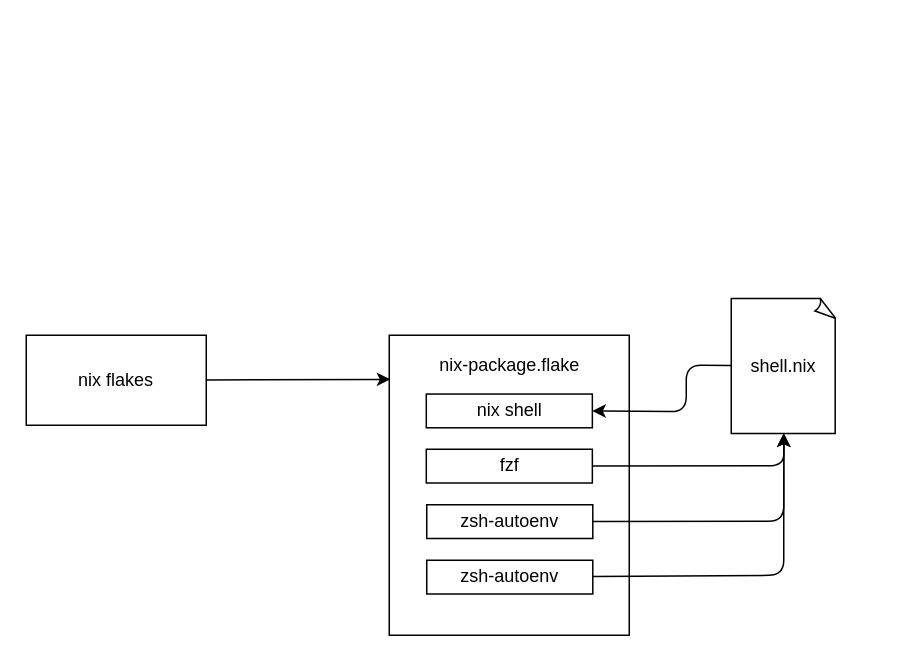
coder/blogs keeps this draw.io diagram as posts/coder-and-nix/static/nix_tooling.drawio. Above is the earlier version. Source tidied: cells renumbered, new cells numbered last; positions are measured from the earlier drawing's top-left corner, leaving out a move shared by most shapes. Both pictures are drawn from the tidied source at 150%, with x=0, y=0 at pixel (26, 298).
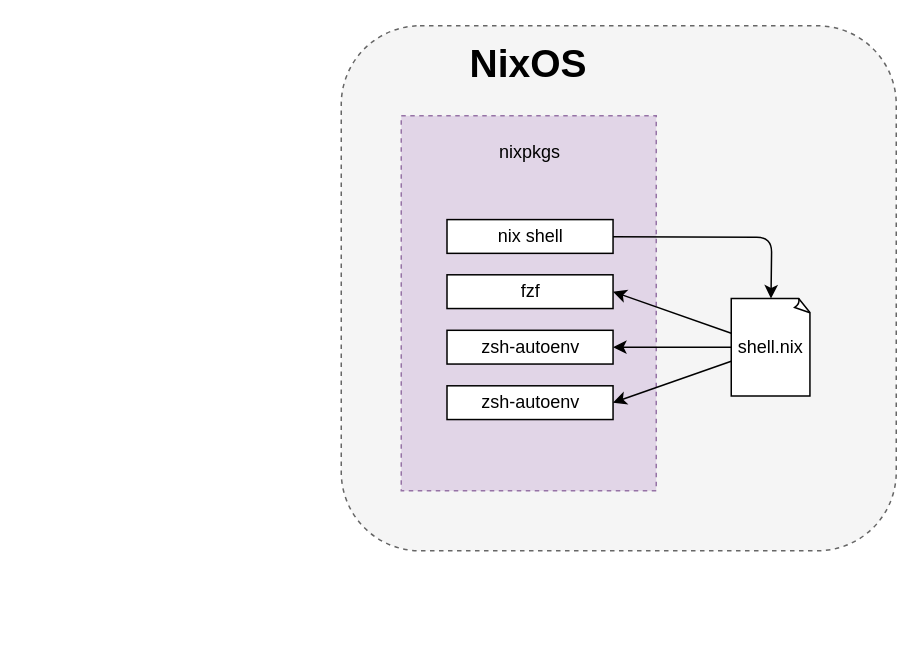
Above is the later version.

The edit, as a diff of the source:
```diff
@@
+    <mxCell id="15" style="rounded=1;whiteSpace=wrap;html=1;dashed=1;fillColor=#f5f5f5;fontColor=#333333;strokeColor=#666666;" parent="1" vertex="1">
+      <mxGeometry x="210" y="-182.3" width="370" height="350" as="geometry" />
+    </mxCell>
+    <mxCell id="16" style="group;rounded=1;" parent="1" vertex="1">
+      <mxGeometry x="250" y="-122.3" width="170" height="250" as="geometry" />
+    </mxCell>
-    <mxCell id="2" style="rounded=0;whiteSpace=wrap;html=1;" parent="1" vertex="1">
-      <mxGeometry x="242" y="24" width="160" height="200" as="geometry" />
+    <mxCell id="2" style="rounded=0;whiteSpace=wrap;html=1;fillColor=#e1d5e7;strokeColor=#9673a6;dashed=1;" parent="16" vertex="1">
+      <mxGeometry width="170" height="250" as="geometry" />
     </mxCell>
-    <mxCell id="3" style="edgeStyle=none;html=1;entryX=0;entryY=0.75;entryDx=0;entryDy=0;" parent="1" edge="1" source="4" target="8">
-      <mxGeometry relative="1" as="geometry" />
-    </mxCell>
-    <mxCell id="4" value="nix flakes" style="rounded=0;whiteSpace=wrap;html=1;" parent="1" vertex="1">
-      <mxGeometry y="24" width="120" height="60" as="geometry" />
-    </mxCell>
-    <mxCell id="5" style="edgeStyle=none;html=1;entryX=1;entryY=0.5;entryDx=0;entryDy=0;" parent="1" edge="1" source="6" target="7">
-      <mxGeometry relative="1" as="geometry">
-        <Array as="points">
-          <mxPoint x="440" y="44" />
-          <mxPoint x="440" y="75" />
-        </Array>
-      </mxGeometry>
-    </mxCell>
+    <mxCell id="8" value="nixpkgs" style="text;html=1;strokeColor=none;fillColor=none;align=center;verticalAlign=middle;whiteSpace=wrap;rounded=0;" parent="16" vertex="1">
+      <mxGeometry x="1.6" width="168.4" height="49" as="geometry" />
+    </mxCell>
+    <mxCell id="7" value="nix shell" style="rounded=0;whiteSpace=wrap;html=1;" parent="16" vertex="1">
+      <mxGeometry x="30.5" y="69.2" width="110.7" height="22.5" as="geometry" />
+    </mxCell>
+    <mxCell id="10" value="fzf" style="rounded=0;whiteSpace=wrap;html=1;" parent="16" vertex="1">
+      <mxGeometry x="30.5" y="106" width="110.7" height="22.5" as="geometry" />
+    </mxCell>
+    <mxCell id="12" value="zsh-autoenv" style="rounded=0;whiteSpace=wrap;html=1;" parent="16" vertex="1">
+      <mxGeometry x="30.5" y="143" width="110.7" height="22.5" as="geometry" />
+    </mxCell>
+    <mxCell id="14" value="zsh-autoenv" style="rounded=0;whiteSpace=wrap;html=1;" parent="16" vertex="1">
+      <mxGeometry x="30.5" y="180" width="110.7" height="22.5" as="geometry" />
+    </mxCell>
+    <mxCell id="17" style="edgeStyle=none;html=1;entryX=1;entryY=0.5;entryDx=0;entryDy=0;" parent="1" edge="1" source="6" target="10">
+      <mxGeometry relative="1" as="geometry" />
+    </mxCell>
+    <mxCell id="18" style="edgeStyle=none;html=1;entryX=1;entryY=0.5;entryDx=0;entryDy=0;" parent="1" edge="1" source="6" target="12">
+      <mxGeometry relative="1" as="geometry" />
+    </mxCell>
+    <mxCell id="19" style="edgeStyle=none;html=1;entryX=1;entryY=0.5;entryDx=0;entryDy=0;" parent="1" edge="1" source="6" target="14">
+      <mxGeometry relative="1" as="geometry" />
+    </mxCell>
     <mxCell id="6" value="shell.nix" style="whiteSpace=wrap;html=1;shape=mxgraph.basic.document;" parent="1" vertex="1">
-      <mxGeometry x="470" y="-0.5" width="70" height="90" as="geometry" />
+      <mxGeometry x="470" y="-0.5" width="53" height="65" as="geometry" />
     </mxCell>
-    <mxCell id="7" value="nix shell" style="rounded=0;whiteSpace=wrap;html=1;" parent="1" vertex="1">
-      <mxGeometry x="266.7" y="63.2" width="110.7" height="22.5" as="geometry" />
-    </mxCell>
-    <mxCell id="8" value="nix-package.flake" style="text;html=1;strokeColor=none;fillColor=none;align=center;verticalAlign=middle;whiteSpace=wrap;rounded=0;" parent="1" vertex="1">
-      <mxGeometry x="242.7" y="24" width="159.3" height="39.2" as="geometry" />
-    </mxCell>
-    <mxCell id="9" style="edgeStyle=none;html=1;entryX=0.5;entryY=1;entryDx=0;entryDy=0;entryPerimeter=0;" parent="1" edge="1" source="10" target="6">
-      <mxGeometry relative="1" as="geometry">
-        <Array as="points">
-          <mxPoint x="505" y="111" />
-        </Array>
-      </mxGeometry>
-    </mxCell>
-    <mxCell id="10" value="fzf" style="rounded=0;whiteSpace=wrap;html=1;" parent="1" vertex="1">
-      <mxGeometry x="266.7" y="100" width="110.7" height="22.5" as="geometry" />
-    </mxCell>
-    <mxCell id="11" style="edgeStyle=none;html=1;entryX=0.5;entryY=1;entryDx=0;entryDy=0;entryPerimeter=0;" parent="1" edge="1" source="12" target="6">
-      <mxGeometry relative="1" as="geometry">
-        <Array as="points">
-          <mxPoint x="505" y="148" />
-        </Array>
-      </mxGeometry>
-    </mxCell>
-    <mxCell id="12" value="zsh-autoenv" style="rounded=0;whiteSpace=wrap;html=1;" parent="1" vertex="1">
-      <mxGeometry x="267" y="137" width="110.7" height="22.5" as="geometry" />
-    </mxCell>
-    <mxCell id="13" style="edgeStyle=none;html=1;entryX=0.5;entryY=1;entryDx=0;entryDy=0;entryPerimeter=0;" parent="1" edge="1" source="14" target="6">
-      <mxGeometry relative="1" as="geometry">
-        <Array as="points">
-          <mxPoint x="505" y="184" />
-        </Array>
-      </mxGeometry>
-    </mxCell>
-    <mxCell id="14" value="zsh-autoenv" style="rounded=0;whiteSpace=wrap;html=1;" parent="1" vertex="1">
-      <mxGeometry x="267" y="174" width="110.7" height="22.5" as="geometry" />
-    </mxCell>
+    <mxCell id="20" style="edgeStyle=none;html=1;entryX=0.5;entryY=0;entryDx=0;entryDy=0;entryPerimeter=0;" parent="1" edge="1" source="7" target="6">
+      <mxGeometry relative="1" as="geometry">
+        <Array as="points">
+          <mxPoint x="497" y="-41.3" />
+        </Array>
+      </mxGeometry>
+    </mxCell>
+    <mxCell id="21" value="NixOS" style="text;html=1;strokeColor=none;fillColor=none;align=center;verticalAlign=middle;whiteSpace=wrap;rounded=0;dashed=1;fontStyle=1;fontSize=26;" parent="1" vertex="1">
+      <mxGeometry x="305" y="-172.3" width="60" height="30" as="geometry" />
+    </mxCell>
```
